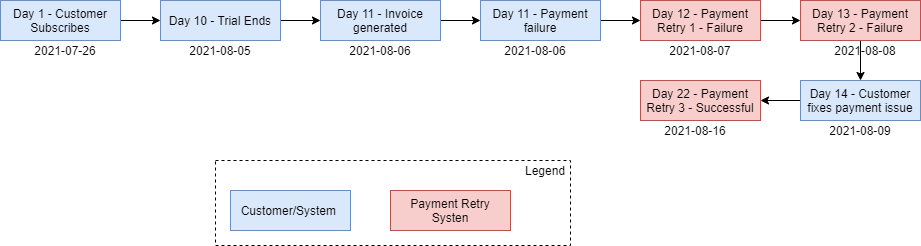
Above: userguide/assets/img/overdue/overdue-flow2.png in killbill/killbill-docs (draw.io), before the change. Source tidied: cells renumbered, new cells last; positions are measured from the earlier drawing's top-left corner, leaving out a move shared by most shapes.
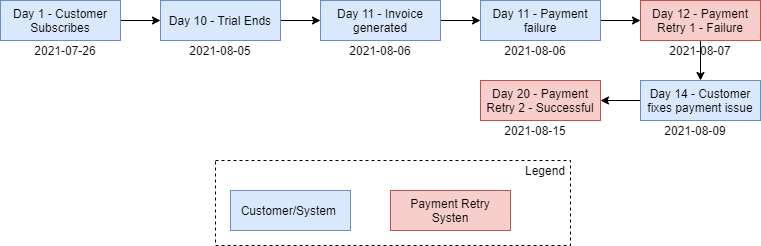
After the commit.

Diff of the diagram source:
```diff
@@ -14,26 +14,20 @@
     <mxCell id="5" value="Day 11 - Payment failure" style="rounded=0;whiteSpace=wrap;html=1;fillColor=#dae8fc;strokeColor=#6c8ebf;" parent="1" vertex="1">
       <mxGeometry x="480" width="120" height="40" as="geometry" />
     </mxCell>
-    <mxCell id="6" style="edgeStyle=orthogonalEdgeStyle;rounded=0;jettySize=auto;html=1;exitX=1;exitY=0.5;exitDx=0;exitDy=0;entryX=0;entryY=0.5;entryDx=0;entryDy=0;" parent="1" edge="1" source="7" target="9">
-      <mxGeometry relative="1" as="geometry" />
-    </mxCell>
+    <mxCell id="29" style="edgeStyle=orthogonalEdgeStyle;rounded=0;jettySize=auto;html=1;entryX=0.5;entryY=0;entryDx=0;entryDy=0;" parent="1" edge="1" source="7" target="11">
+      <mxGeometry relative="1" as="geometry" />
+    </mxCell>
     <mxCell id="7" value="Day 12 - Payment Retry 1 - Failure" style="rounded=0;whiteSpace=wrap;html=1;fillColor=#f8cecc;strokeColor=#b85450;" parent="1" vertex="1">
       <mxGeometry x="640" width="120" height="40" as="geometry" />
     </mxCell>
-    <mxCell id="8" style="edgeStyle=orthogonalEdgeStyle;rounded=0;jettySize=auto;html=1;" parent="1" edge="1" source="9" target="11">
-      <mxGeometry relative="1" as="geometry" />
-    </mxCell>
-    <mxCell id="9" value="Day 13 - Payment Retry 2 - Failure" style="rounded=0;whiteSpace=wrap;html=1;fillColor=#f8cecc;strokeColor=#b85450;" parent="1" vertex="1">
-      <mxGeometry x="800" width="120" height="40" as="geometry" />
-    </mxCell>
-    <mxCell id="10" style="edgeStyle=orthogonalEdgeStyle;rounded=0;jettySize=auto;html=1;exitX=0;exitY=0.5;exitDx=0;exitDy=0;" parent="1" edge="1" source="11" target="12">
+    <mxCell id="10" style="edgeStyle=orthogonalEdgeStyle;rounded=0;jettySize=auto;html=1;exitX=0;exitY=0.5;exitDx=0;exitDy=0;entryX=1;entryY=0.5;entryDx=0;entryDy=0;" parent="1" edge="1" source="11" target="12">
       <mxGeometry relative="1" as="geometry" />
     </mxCell>
     <mxCell id="11" value="Day 14 - Customer fixes payment issue" style="rounded=0;whiteSpace=wrap;html=1;fillColor=#dae8fc;strokeColor=#6c8ebf;" parent="1" vertex="1">
-      <mxGeometry x="800" y="80" width="120" height="40" as="geometry" />
+      <mxGeometry x="640" y="80" width="120" height="40" as="geometry" />
     </mxCell>
-    <mxCell id="12" value="Day 22 - Payment Retry 3 - Successful" style="rounded=0;whiteSpace=wrap;html=1;fillColor=#f8cecc;strokeColor=#b85450;" parent="1" vertex="1">
-      <mxGeometry x="640" y="80" width="120" height="40" as="geometry" />
+    <mxCell id="12" value="Day 20 - Payment Retry 2 - Successful" style="rounded=0;whiteSpace=wrap;html=1;fillColor=#f8cecc;strokeColor=#b85450;" parent="1" vertex="1">
+      <mxGeometry x="480" y="80" width="120" height="40" as="geometry" />
     </mxCell>
     <mxCell id="13" style="edgeStyle=orthogonalEdgeStyle;rounded=0;jettySize=auto;html=1;exitX=1;exitY=0.5;exitDx=0;exitDy=0;entryX=0;entryY=0.5;entryDx=0;entryDy=0;" parent="1" edge="1" source="14" target="27">
       <mxGeometry relative="1" as="geometry" />
@@ -53,14 +47,11 @@
     <mxCell id="18" value="2021-08-07" style="text;html=1;strokeColor=none;fillColor=none;align=center;verticalAlign=middle;whiteSpace=wrap;rounded=0;" parent="1" vertex="1">
       <mxGeometry x="655" y="40" width="90" height="20" as="geometry" />
     </mxCell>
-    <mxCell id="19" value="2021-08-08" style="text;html=1;strokeColor=none;fillColor=none;align=center;verticalAlign=middle;whiteSpace=wrap;rounded=0;" parent="1" vertex="1">
-      <mxGeometry x="820" y="40" width="90" height="20" as="geometry" />
-    </mxCell>
     <mxCell id="20" value="2021-08-09" style="text;html=1;strokeColor=none;fillColor=none;align=center;verticalAlign=middle;whiteSpace=wrap;rounded=0;" parent="1" vertex="1">
-      <mxGeometry x="815" y="120" width="90" height="20" as="geometry" />
+      <mxGeometry x="650" y="120" width="90" height="20" as="geometry" />
     </mxCell>
-    <mxCell id="21" value="2021-08-16" style="text;html=1;strokeColor=none;fillColor=none;align=center;verticalAlign=middle;whiteSpace=wrap;rounded=0;" parent="1" vertex="1">
-      <mxGeometry x="650" y="120" width="90" height="20" as="geometry" />
+    <mxCell id="21" value="2021-08-15" style="text;html=1;strokeColor=none;fillColor=none;align=center;verticalAlign=middle;whiteSpace=wrap;rounded=0;" parent="1" vertex="1">
+      <mxGeometry x="490" y="120" width="90" height="20" as="geometry" />
     </mxCell>
     <mxCell id="22" value="Customer/System&amp;nbsp;" style="rounded=0;whiteSpace=wrap;html=1;fillColor=#dae8fc;strokeColor=#6c8ebf;" parent="1" vertex="1">
       <mxGeometry x="230" y="190" width="120" height="40" as="geometry" />
```
